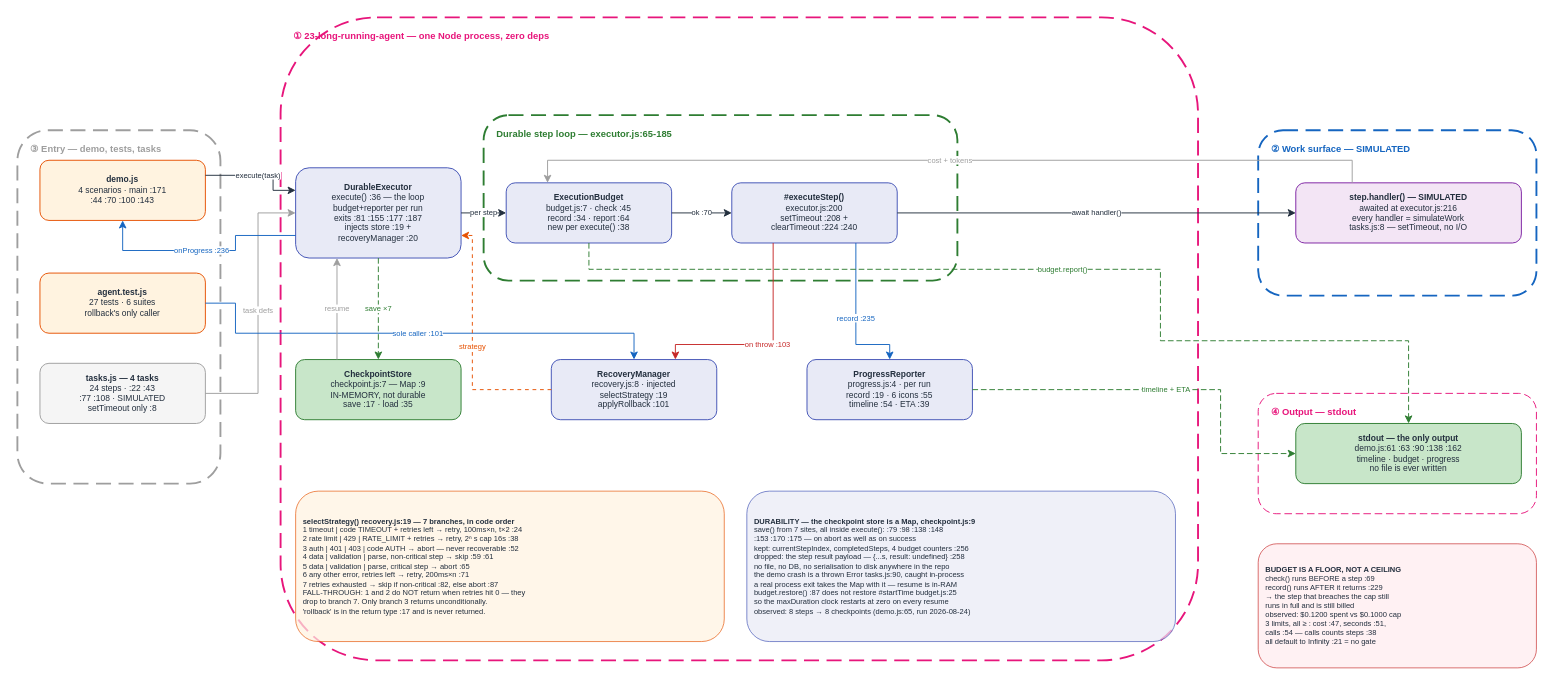
The draw.io diagram docs/diagrams/long_running_v1/HOA_LongRunning_v1.drawio in gmaheshraju/Hands-on-AgenticAI, before the edit. Source tidied: cells renumbered, new cells numbered last; positions are measured from the earlier drawing's top-left corner, leaving out a move shared by most shapes. Both pictures are drawn from the tidied source at 94%, with x=0, y=0 at pixel (17, 17).
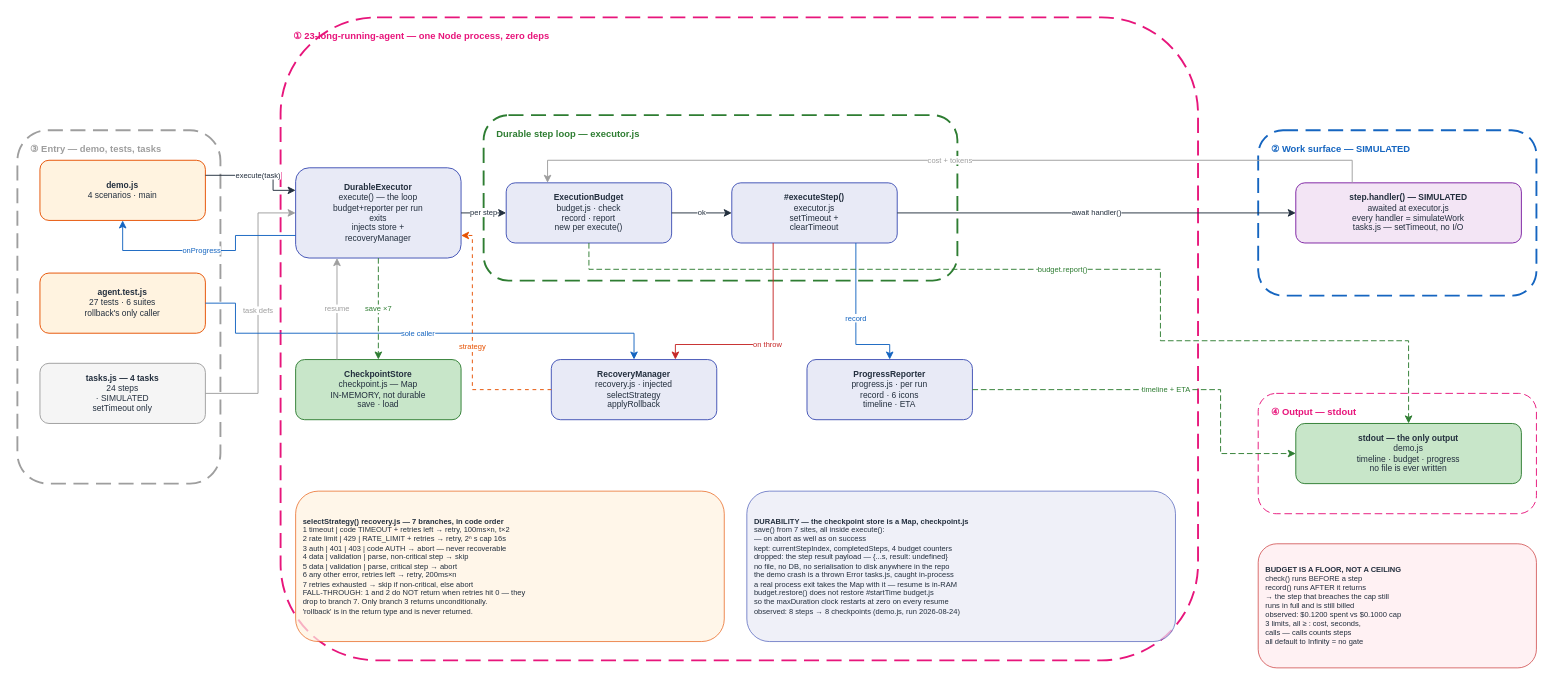
The same diagram, later.

The change refers to these unchanged cells:
```xml
<mxCell id="13" value="&lt;b&gt;agent.test.js&lt;/b&gt;&lt;br&gt;27 tests · 6 suites&lt;br&gt;rollback's only caller" style="rounded=1;fillColor=#FFF3E0;strokeColor=#E65100;fontSize=9;fontColor=#232F3E;html=1;whiteSpace=wrap;align=center;" parent="1" vertex="1">
  <mxGeometry x="24" y="272" width="176" height="64" as="geometry" />
</mxCell>
```

The edit, as a diff of the source:
```diff
@@
-    <mxCell id="7" value="Durable step loop — executor.js:65-185" style="text;fontSize=10;fontStyle=1;fontColor=#2E7D32;align=left;html=1;whiteSpace=wrap;" parent="1" vertex="1">
+    <mxCell id="7" value="Durable step loop — executor.js" style="text;fontSize=10;fontStyle=1;fontColor=#2E7D32;align=left;html=1;whiteSpace=wrap;" parent="1" vertex="1">
       <mxGeometry x="508" y="112" width="488" height="16" as="geometry" />
     </mxCell>
@@
-    <mxCell id="12" value="&lt;b&gt;demo.js&lt;/b&gt;&lt;br&gt;4 scenarios · main :171&lt;br&gt;:44 :70 :100 :143" style="rounded=1;fillColor=#FFF3E0;strokeColor=#E65100;fontSize=9;fontColor=#232F3E;html=1;whiteSpace=wrap;align=center;" parent="1" vertex="1">
+    <mxCell id="12" value="&lt;b&gt;demo.js&lt;/b&gt;&lt;br&gt;4 scenarios · main&lt;br&gt;" style="rounded=1;fillColor=#FFF3E0;strokeColor=#E65100;fontSize=9;fontColor=#232F3E;html=1;whiteSpace=wrap;align=center;" parent="1" vertex="1">
       <mxGeometry x="24" y="152" width="176" height="64" as="geometry" />
     </mxCell>
@@
-    <mxCell id="14" value="&lt;b&gt;tasks.js — 4 tasks&lt;/b&gt;&lt;br&gt;24 steps · :22 :43&lt;br&gt;:77 :108 · SIMULATED&lt;br&gt;setTimeout only :8" style="rounded=1;fillColor=#F5F5F5;strokeColor=#9E9E9E;fontSize=9;fontColor=#232F3E;html=1;whiteSpace=wrap;align=center;" parent="1" vertex="1">
+    <mxCell id="14" value="&lt;b&gt;tasks.js — 4 tasks&lt;/b&gt;&lt;br&gt;24 steps&lt;br&gt; · SIMULATED&lt;br&gt;setTimeout only" style="rounded=1;fillColor=#F5F5F5;strokeColor=#9E9E9E;fontSize=9;fontColor=#232F3E;html=1;whiteSpace=wrap;align=center;" parent="1" vertex="1">
       <mxGeometry x="24" y="368" width="176" height="64" as="geometry" />
     </mxCell>
-    <mxCell id="15" value="&lt;b&gt;DurableExecutor&lt;/b&gt;&lt;br&gt;execute() :36 — the loop&lt;br&gt;budget+reporter per run&lt;br&gt;exits :81 :155 :177 :187&lt;br&gt;injects store :19 +&lt;br&gt;recoveryManager :20" style="rounded=1;fillColor=#E8EAF6;strokeColor=#3F51B5;fontSize=9;fontColor=#232F3E;html=1;whiteSpace=wrap;align=center;" parent="1" vertex="1">
+    <mxCell id="15" value="&lt;b&gt;DurableExecutor&lt;/b&gt;&lt;br&gt;execute() — the loop&lt;br&gt;budget+reporter per run&lt;br&gt;exits&lt;br&gt;injects store +&lt;br&gt;recoveryManager" style="rounded=1;fillColor=#E8EAF6;strokeColor=#3F51B5;fontSize=9;fontColor=#232F3E;html=1;whiteSpace=wrap;align=center;" parent="1" vertex="1">
       <mxGeometry x="296" y="160" width="176" height="96" as="geometry" />
     </mxCell>
-    <mxCell id="16" value="&lt;b&gt;ExecutionBudget&lt;/b&gt;&lt;br&gt;budget.js:7 · check :45&lt;br&gt;record :34 · report :64&lt;br&gt;new per execute() :38" style="rounded=1;fillColor=#E8EAF6;strokeColor=#3F51B5;fontSize=9;fontColor=#232F3E;html=1;whiteSpace=wrap;align=center;" parent="1" vertex="1">
+    <mxCell id="16" value="&lt;b&gt;ExecutionBudget&lt;/b&gt;&lt;br&gt;budget.js · check&lt;br&gt;record · report&lt;br&gt;new per execute()" style="rounded=1;fillColor=#E8EAF6;strokeColor=#3F51B5;fontSize=9;fontColor=#232F3E;html=1;whiteSpace=wrap;align=center;" parent="1" vertex="1">
       <mxGeometry x="520" y="176" width="176" height="64" as="geometry" />
     </mxCell>
-    <mxCell id="17" value="&lt;b&gt;#executeStep()&lt;/b&gt;&lt;br&gt;executor.js:200&lt;br&gt;setTimeout :208 +&lt;br&gt;clearTimeout :224 :240" style="rounded=1;fillColor=#E8EAF6;strokeColor=#3F51B5;fontSize=9;fontColor=#232F3E;html=1;whiteSpace=wrap;align=center;" parent="1" vertex="1">
+    <mxCell id="17" value="&lt;b&gt;#executeStep()&lt;/b&gt;&lt;br&gt;executor.js&lt;br&gt;setTimeout +&lt;br&gt;clearTimeout" style="rounded=1;fillColor=#E8EAF6;strokeColor=#3F51B5;fontSize=9;fontColor=#232F3E;html=1;whiteSpace=wrap;align=center;" parent="1" vertex="1">
       <mxGeometry x="760" y="176" width="176" height="64" as="geometry" />
     </mxCell>
-    <mxCell id="18" value="&lt;b&gt;step.handler() — SIMULATED&lt;/b&gt;&lt;br&gt;awaited at executor.js:216&lt;br&gt;every handler = simulateWork&lt;br&gt;tasks.js:8 — setTimeout, no I/O" style="rounded=1;fillColor=#F3E5F5;strokeColor=#7B1FA2;fontSize=9;fontColor=#232F3E;html=1;whiteSpace=wrap;align=center;" parent="1" vertex="1">
+    <mxCell id="18" value="&lt;b&gt;step.handler() — SIMULATED&lt;/b&gt;&lt;br&gt;awaited at executor.js&lt;br&gt;every handler = simulateWork&lt;br&gt;tasks.js — setTimeout, no I/O" style="rounded=1;fillColor=#F3E5F5;strokeColor=#7B1FA2;fontSize=9;fontColor=#232F3E;html=1;whiteSpace=wrap;align=center;" parent="1" vertex="1">
       <mxGeometry x="1360" y="176" width="240" height="64" as="geometry" />
     </mxCell>
-    <mxCell id="19" value="&lt;b&gt;CheckpointStore&lt;/b&gt;&lt;br&gt;checkpoint.js:7 — Map :9&lt;br&gt;IN-MEMORY, not durable&lt;br&gt;save :17 · load :35" style="rounded=1;fillColor=#C8E6C9;strokeColor=#2E7D32;fontSize=9;fontColor=#232F3E;html=1;whiteSpace=wrap;align=center;" parent="1" vertex="1">
+    <mxCell id="19" value="&lt;b&gt;CheckpointStore&lt;/b&gt;&lt;br&gt;checkpoint.js — Map&lt;br&gt;IN-MEMORY, not durable&lt;br&gt;save · load" style="rounded=1;fillColor=#C8E6C9;strokeColor=#2E7D32;fontSize=9;fontColor=#232F3E;html=1;whiteSpace=wrap;align=center;" parent="1" vertex="1">
       <mxGeometry x="296" y="364" width="176" height="64" as="geometry" />
     </mxCell>
-    <mxCell id="20" value="&lt;b&gt;RecoveryManager&lt;/b&gt;&lt;br&gt;recovery.js:8 · injected&lt;br&gt;selectStrategy :19&lt;br&gt;applyRollback :101" style="rounded=1;fillColor=#E8EAF6;strokeColor=#3F51B5;fontSize=9;fontColor=#232F3E;html=1;whiteSpace=wrap;align=center;" parent="1" vertex="1">
+    <mxCell id="20" value="&lt;b&gt;RecoveryManager&lt;/b&gt;&lt;br&gt;recovery.js · injected&lt;br&gt;selectStrategy&lt;br&gt;applyRollback" style="rounded=1;fillColor=#E8EAF6;strokeColor=#3F51B5;fontSize=9;fontColor=#232F3E;html=1;whiteSpace=wrap;align=center;" parent="1" vertex="1">
       <mxGeometry x="568" y="364" width="176" height="64" as="geometry" />
     </mxCell>
-    <mxCell id="21" value="&lt;b&gt;ProgressReporter&lt;/b&gt;&lt;br&gt;progress.js:4 · per run&lt;br&gt;record :19 · 6 icons :55&lt;br&gt;timeline :54 · ETA :39" style="rounded=1;fillColor=#E8EAF6;strokeColor=#3F51B5;fontSize=9;fontColor=#232F3E;html=1;whiteSpace=wrap;align=center;" parent="1" vertex="1">
+    <mxCell id="21" value="&lt;b&gt;ProgressReporter&lt;/b&gt;&lt;br&gt;progress.js · per run&lt;br&gt;record · 6 icons&lt;br&gt;timeline · ETA" style="rounded=1;fillColor=#E8EAF6;strokeColor=#3F51B5;fontSize=9;fontColor=#232F3E;html=1;whiteSpace=wrap;align=center;" parent="1" vertex="1">
       <mxGeometry x="840" y="364" width="176" height="64" as="geometry" />
     </mxCell>
-    <mxCell id="22" value="&lt;b&gt;stdout — the only output&lt;/b&gt;&lt;br&gt;demo.js:61 :63 :90 :138 :162&lt;br&gt;timeline · budget · progress&lt;br&gt;no file is ever written" style="rounded=1;fillColor=#C8E6C9;strokeColor=#2E7D32;fontSize=9;fontColor=#232F3E;html=1;whiteSpace=wrap;align=center;" parent="1" vertex="1">
+    <mxCell id="22" value="&lt;b&gt;stdout — the only output&lt;/b&gt;&lt;br&gt;demo.js&lt;br&gt;timeline · budget · progress&lt;br&gt;no file is ever written" style="rounded=1;fillColor=#C8E6C9;strokeColor=#2E7D32;fontSize=9;fontColor=#232F3E;html=1;whiteSpace=wrap;align=center;" parent="1" vertex="1">
       <mxGeometry x="1360" y="432" width="240" height="64" as="geometry" />
     </mxCell>
-    <mxCell id="23" value="&lt;b&gt;selectStrategy() recovery.js:19 — 7 branches, in code order&lt;/b&gt;&lt;br&gt;1 timeout | code TIMEOUT + retries left → retry, 100ms×n, t×2 :24&lt;br&gt;2 rate limit | 429 | RATE_LIMIT + retries → retry, 2ⁿ s cap 16s :38&lt;br&gt;3 auth | 401 | 403 | code AUTH → abort — never recoverable :52&lt;br&gt;4 data | validation | parse, non-critical step → skip :59 :61&lt;br&gt;5 data | validation | parse, critical step → abort :65&lt;br&gt;6 any other error, retries left → retry, 200ms×n :71&lt;br&gt;7 retries exhausted → skip if non-critical :82, else abort :87&lt;br&gt;FALL-THROUGH: 1 and 2 do NOT return when retries hit 0 — they&lt;br&gt;drop to branch 7. Only branch 3 returns unconditionally.&lt;br&gt;'rollback' is in the return type :17 and is never returned." style="rounded=1;fillColor=#FFF3E0;strokeColor=#E65100;fontSize=8;fontColor=#232F3E;html=1;whiteSpace=wrap;align=left;spacingLeft=6;opacity=70;" parent="1" vertex="1">
+    <mxCell id="23" value="&lt;b&gt;selectStrategy() recovery.js — 7 branches, in code order&lt;/b&gt;&lt;br&gt;1 timeout | code TIMEOUT + retries left → retry, 100ms×n, t×2&lt;br&gt;2 rate limit | 429 | RATE_LIMIT + retries → retry, 2ⁿ s cap 16s&lt;br&gt;3 auth | 401 | 403 | code AUTH → abort — never recoverable&lt;br&gt;4 data | validation | parse, non-critical step → skip&lt;br&gt;5 data | validation | parse, critical step → abort&lt;br&gt;6 any other error, retries left → retry, 200ms×n&lt;br&gt;7 retries exhausted → skip if non-critical, else abort&lt;br&gt;FALL-THROUGH: 1 and 2 do NOT return when retries hit 0 — they&lt;br&gt;drop to branch 7. Only branch 3 returns unconditionally.&lt;br&gt;'rollback' is in the return type and is never returned." style="rounded=1;fillColor=#FFF3E0;strokeColor=#E65100;fontSize=8;fontColor=#232F3E;html=1;whiteSpace=wrap;align=left;spacingLeft=6;opacity=70;" parent="1" vertex="1">
       <mxGeometry x="296" y="504" width="456" height="160" as="geometry" />
     </mxCell>
-    <mxCell id="24" value="&lt;b&gt;DURABILITY — the checkpoint store is a Map, checkpoint.js:9&lt;/b&gt;&lt;br&gt;save() from 7 sites, all inside execute(): :79 :98 :138 :148&lt;br&gt;  :153 :170 :175 — on abort as well as on success&lt;br&gt;kept: currentStepIndex, completedSteps, 4 budget counters :256&lt;br&gt;dropped: the step result payload — {...s, result: undefined} :258&lt;br&gt;no file, no DB, no serialisation to disk anywhere in the repo&lt;br&gt;the demo crash is a thrown Error tasks.js:90, caught in-process&lt;br&gt;a real process exit takes the Map with it — resume is in-RAM&lt;br&gt;budget.restore() :87 does not restore #startTime budget.js:25&lt;br&gt;so the maxDuration clock restarts at zero on every resume&lt;br&gt;observed: 8 steps → 8 checkpoints (demo.js:65, run 2026-08-24)" style="rounded=1;fillColor=#E8EAF6;strokeColor=#3F51B5;fontSize=8;fontColor=#232F3E;html=1;whiteSpace=wrap;align=left;spacingLeft=6;opacity=70;" parent="1" vertex="1">
+    <mxCell id="24" value="&lt;b&gt;DURABILITY — the checkpoint store is a Map, checkpoint.js&lt;/b&gt;&lt;br&gt;save() from 7 sites, all inside execute():&lt;br&gt; — on abort as well as on success&lt;br&gt;kept: currentStepIndex, completedSteps, 4 budget counters&lt;br&gt;dropped: the step result payload — {...s, result: undefined}&lt;br&gt;no file, no DB, no serialisation to disk anywhere in the repo&lt;br&gt;the demo crash is a thrown Error tasks.js, caught in-process&lt;br&gt;a real process exit takes the Map with it — resume is in-RAM&lt;br&gt;budget.restore() does not restore #startTime budget.js&lt;br&gt;so the maxDuration clock restarts at zero on every resume&lt;br&gt;observed: 8 steps → 8 checkpoints (demo.js, run 2026-08-24)" style="rounded=1;fillColor=#E8EAF6;strokeColor=#3F51B5;fontSize=8;fontColor=#232F3E;html=1;whiteSpace=wrap;align=left;spacingLeft=6;opacity=70;" parent="1" vertex="1">
       <mxGeometry x="776" y="504" width="456" height="160" as="geometry" />
     </mxCell>
-    <mxCell id="25" value="&lt;b&gt;BUDGET IS A FLOOR, NOT A CEILING&lt;/b&gt;&lt;br&gt;check() runs BEFORE a step :69&lt;br&gt;record() runs AFTER it returns :229&lt;br&gt;→ the step that breaches the cap still&lt;br&gt;runs in full and is still billed&lt;br&gt;observed: $0.1200 spent vs $0.1000 cap&lt;br&gt;3 limits, all ≥ : cost :47, seconds :51,&lt;br&gt;calls :54 — calls counts steps :38&lt;br&gt;all default to Infinity :21 = no gate" style="rounded=1;fillColor=#FFEBEE;strokeColor=#C62828;fontSize=8;fontColor=#232F3E;html=1;whiteSpace=wrap;align=left;spacingLeft=6;opacity=70;" parent="1" vertex="1">
+    <mxCell id="25" value="&lt;b&gt;BUDGET IS A FLOOR, NOT A CEILING&lt;/b&gt;&lt;br&gt;check() runs BEFORE a step&lt;br&gt;record() runs AFTER it returns&lt;br&gt;→ the step that breaches the cap still&lt;br&gt;runs in full and is still billed&lt;br&gt;observed: $0.1200 spent vs $0.1000 cap&lt;br&gt;3 limits, all ≥ : cost, seconds,&lt;br&gt;calls — calls counts steps&lt;br&gt;all default to Infinity = no gate" style="rounded=1;fillColor=#FFEBEE;strokeColor=#C62828;fontSize=8;fontColor=#232F3E;html=1;whiteSpace=wrap;align=left;spacingLeft=6;opacity=70;" parent="1" vertex="1">
       <mxGeometry x="1320" y="560" width="296" height="132" as="geometry" />
     </mxCell>
@@
-    <mxCell id="28" value="onProgress :236" style="edgeStyle=orthogonalEdgeStyle;rounded=0;html=1;strokeColor=#1565C0;fontColor=#1565C0;fontSize=8;exitX=0;exitY=0.75;exitDx=0;exitDy=0;entryX=0.5;entryY=1;entryDx=0;entryDy=0;" parent="1" edge="1" source="15" target="12">
+    <mxCell id="28" value="onProgress" style="edgeStyle=orthogonalEdgeStyle;rounded=0;html=1;strokeColor=#1565C0;fontColor=#1565C0;fontSize=8;exitX=0;exitY=0.75;exitDx=0;exitDy=0;entryX=0.5;entryY=1;entryDx=0;entryDy=0;" parent="1" edge="1" source="15" target="12">
       <mxGeometry relative="1" as="geometry">
         <Array as="points">
           <mxPoint x="232" y="232" />
           <mxPoint x="232" y="248" />
           <mxPoint x="112" y="248" />
         </Array>
       </mxGeometry>
     </mxCell>
-    <mxCell id="29" value="sole caller :101" style="edgeStyle=orthogonalEdgeStyle;rounded=0;html=1;strokeColor=#1565C0;fontColor=#1565C0;fontSize=8;exitX=1;exitY=0.5;exitDx=0;exitDy=0;entryX=0.5;entryY=0;entryDx=0;entryDy=0;" parent="1" edge="1" source="13" target="20">
+    <mxCell id="29" value="sole caller" style="edgeStyle=orthogonalEdgeStyle;rounded=0;html=1;strokeColor=#1565C0;fontColor=#1565C0;fontSize=8;exitX=1;exitY=0.5;exitDx=0;exitDy=0;entryX=0.5;entryY=0;entryDx=0;entryDy=0;" parent="1" edge="1" source="13" target="20">
       <mxGeometry relative="1" as="geometry">
         <Array as="points">
           <mxPoint x="232" y="304" />
           <mxPoint x="232" y="336" />
           <mxPoint x="656" y="336" />
         </Array>
       </mxGeometry>
     </mxCell>
@@
-    <mxCell id="31" value="ok :70" style="edgeStyle=orthogonalEdgeStyle;rounded=0;html=1;strokeColor=#232F3E;fontColor=#232F3E;fontSize=8;exitX=1;exitY=0.5;exitDx=0;exitDy=0;entryX=0;entryY=0.5;entryDx=0;entryDy=0;" parent="1" edge="1" source="16" target="17">
+    <mxCell id="31" value="ok" style="edgeStyle=orthogonalEdgeStyle;rounded=0;html=1;strokeColor=#232F3E;fontColor=#232F3E;fontSize=8;exitX=1;exitY=0.5;exitDx=0;exitDy=0;entryX=0;entryY=0.5;entryDx=0;entryDy=0;" parent="1" edge="1" source="16" target="17">
       <mxGeometry relative="1" as="geometry" />
     </mxCell>
@@
-    <mxCell id="34" value="on throw :103" style="edgeStyle=orthogonalEdgeStyle;rounded=0;html=1;strokeColor=#C62828;fontColor=#C62828;fontSize=8;exitX=0.25;exitY=1;exitDx=0;exitDy=0;entryX=0.75;entryY=0;entryDx=0;entryDy=0;" parent="1" edge="1" source="17" target="20">
+    <mxCell id="34" value="on throw" style="edgeStyle=orthogonalEdgeStyle;rounded=0;html=1;strokeColor=#C62828;fontColor=#C62828;fontSize=8;exitX=0.25;exitY=1;exitDx=0;exitDy=0;entryX=0.75;entryY=0;entryDx=0;entryDy=0;" parent="1" edge="1" source="17" target="20">
       <mxGeometry relative="1" as="geometry">
         <Array as="points">
           <mxPoint x="804" y="348" />
           <mxPoint x="700" y="348" />
         </Array>
       </mxGeometry>
     </mxCell>
@@
-    <mxCell id="36" value="record :235" style="edgeStyle=orthogonalEdgeStyle;rounded=0;html=1;strokeColor=#1565C0;fontColor=#1565C0;fontSize=8;exitX=0.75;exitY=1;exitDx=0;exitDy=0;entryX=0.5;entryY=0;entryDx=0;entryDy=0;" parent="1" edge="1" source="17" target="21">
+    <mxCell id="36" value="record" style="edgeStyle=orthogonalEdgeStyle;rounded=0;html=1;strokeColor=#1565C0;fontColor=#1565C0;fontSize=8;exitX=0.75;exitY=1;exitDx=0;exitDy=0;entryX=0.5;entryY=0;entryDx=0;entryDy=0;" parent="1" edge="1" source="17" target="21">
       <mxGeometry relative="1" as="geometry">
         <Array as="points">
           <mxPoint x="892" y="348" />
           <mxPoint x="928" y="348" />
         </Array>
       </mxGeometry>
     </mxCell>
```
